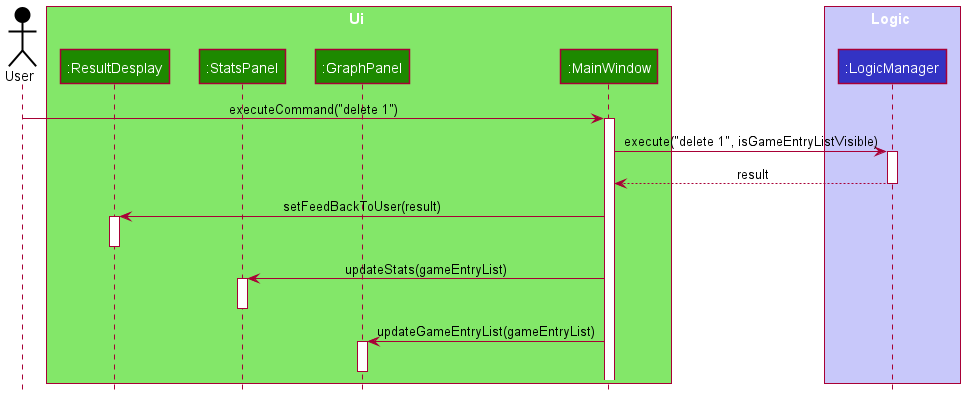
yzhilong/tp keeps this PlantUML diagram as docs/images/DeleteSequenceDiagram(UI).png. Above is the earlier version.
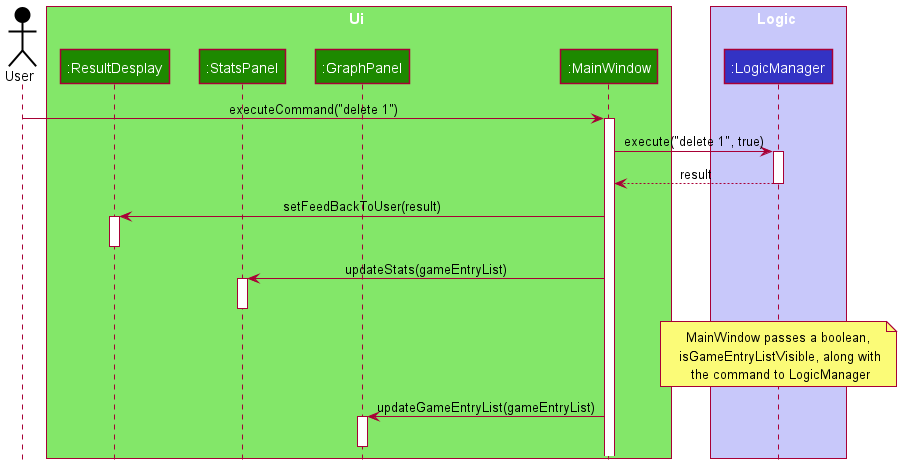
Above is the later version.

Commit message:
Modify sequence diagrams with a note about the second parameter for LogicManager#execute()

What changed in the source:
```diff
@@ -17,11 +17,12 @@
 user -> MainWindow : executeCommand("delete 1")
 activate MainWindow
 
-MainWindow -> LogicManager : execute("delete 1", isGameEntryListVisible)
+MainWindow -> LogicManager : execute("delete 1", true)
 activate LogicManager
 
 LogicManager --> MainWindow : result
 deactivate LogicManager
+
 
 MainWindow -> ResultDisplay : setFeedBackToUser(result)
 activate ResultDisplay
@@ -33,6 +34,12 @@
 
 deactivate StatsPanel
 
+note over LogicManager
+    MainWindow passes a boolean,
+     isGameEntryListVisible, along with
+     the command to LogicManager
+end note
+
 MainWindow -> GraphPanel : updateGameEntryList(gameEntryList)
 activate GraphPanel
 
```
